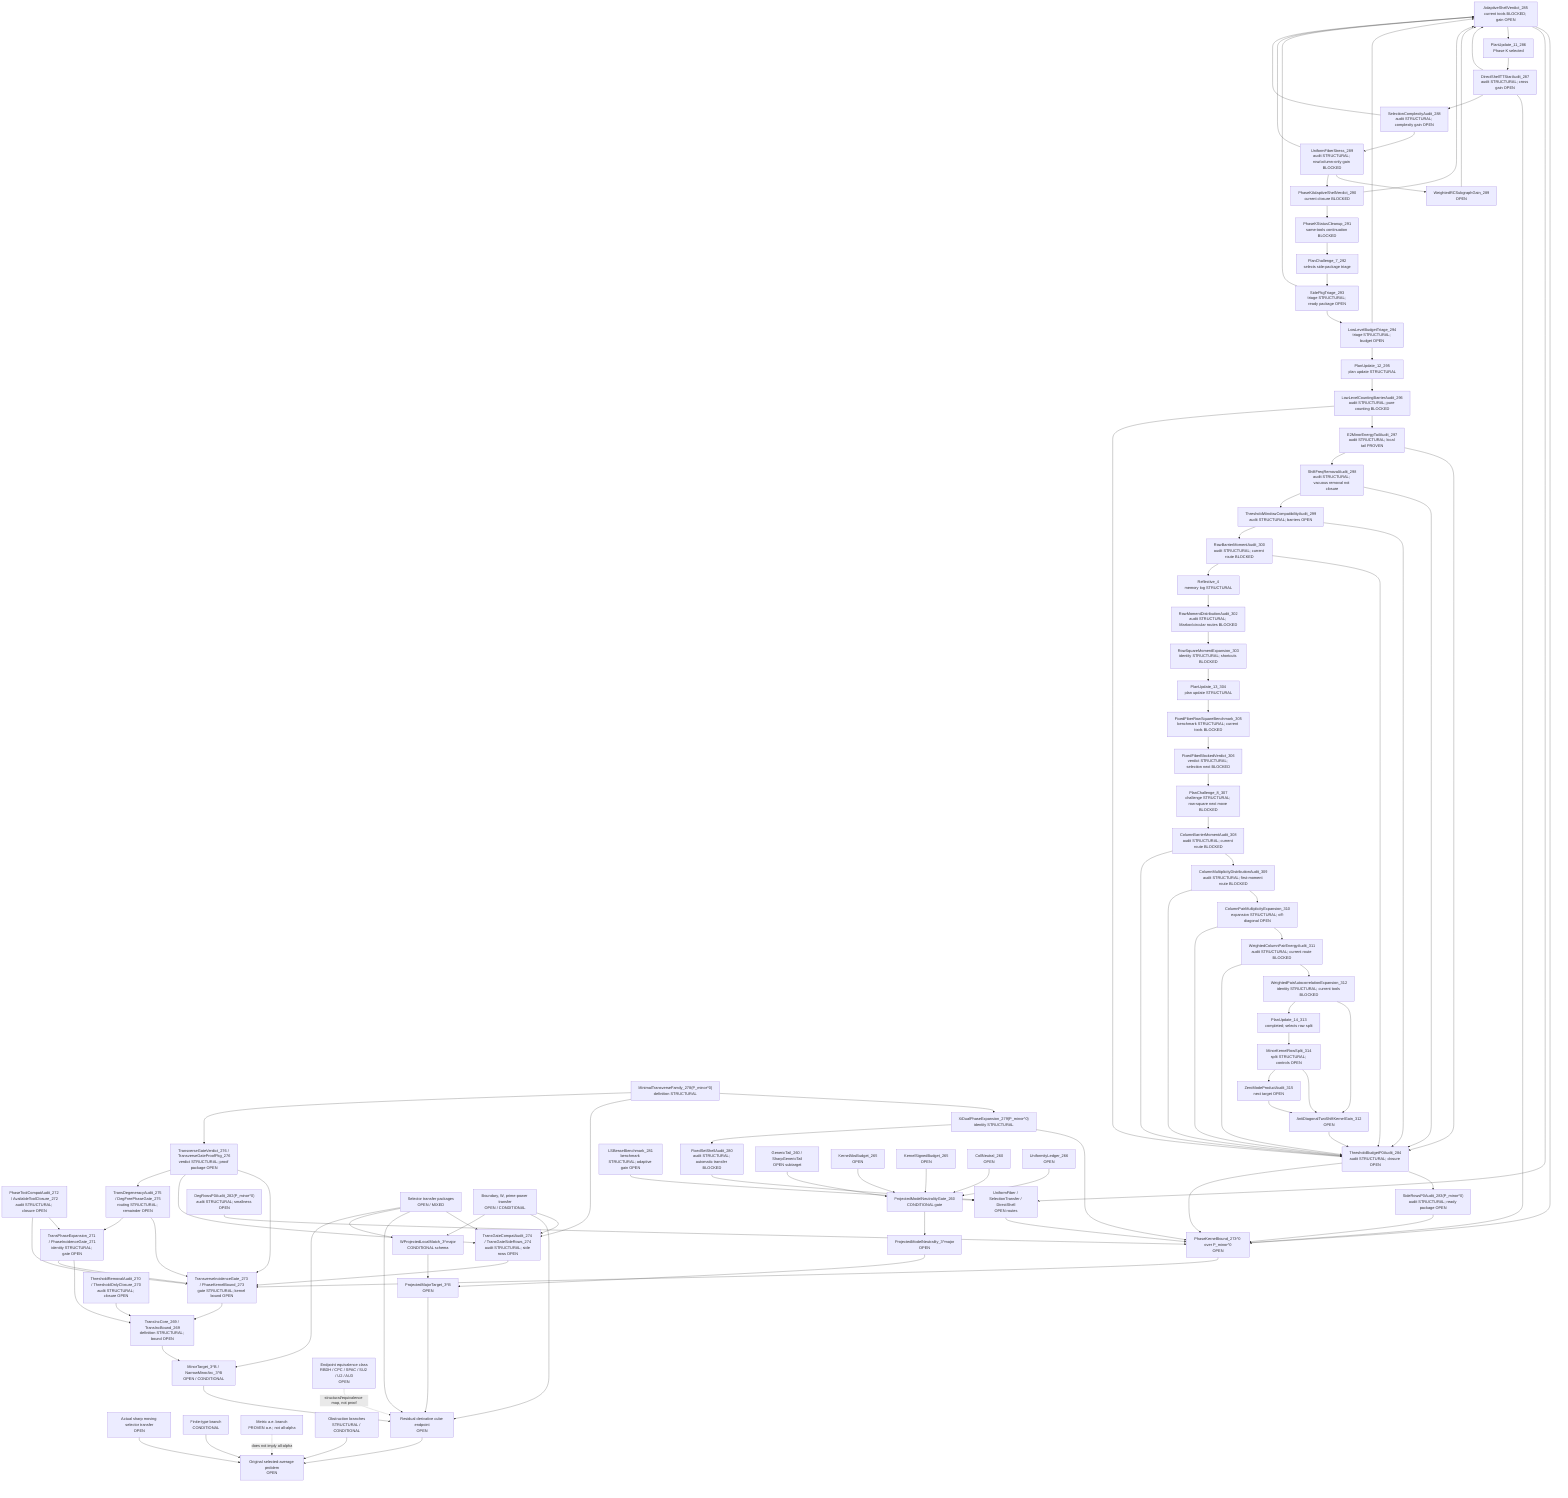
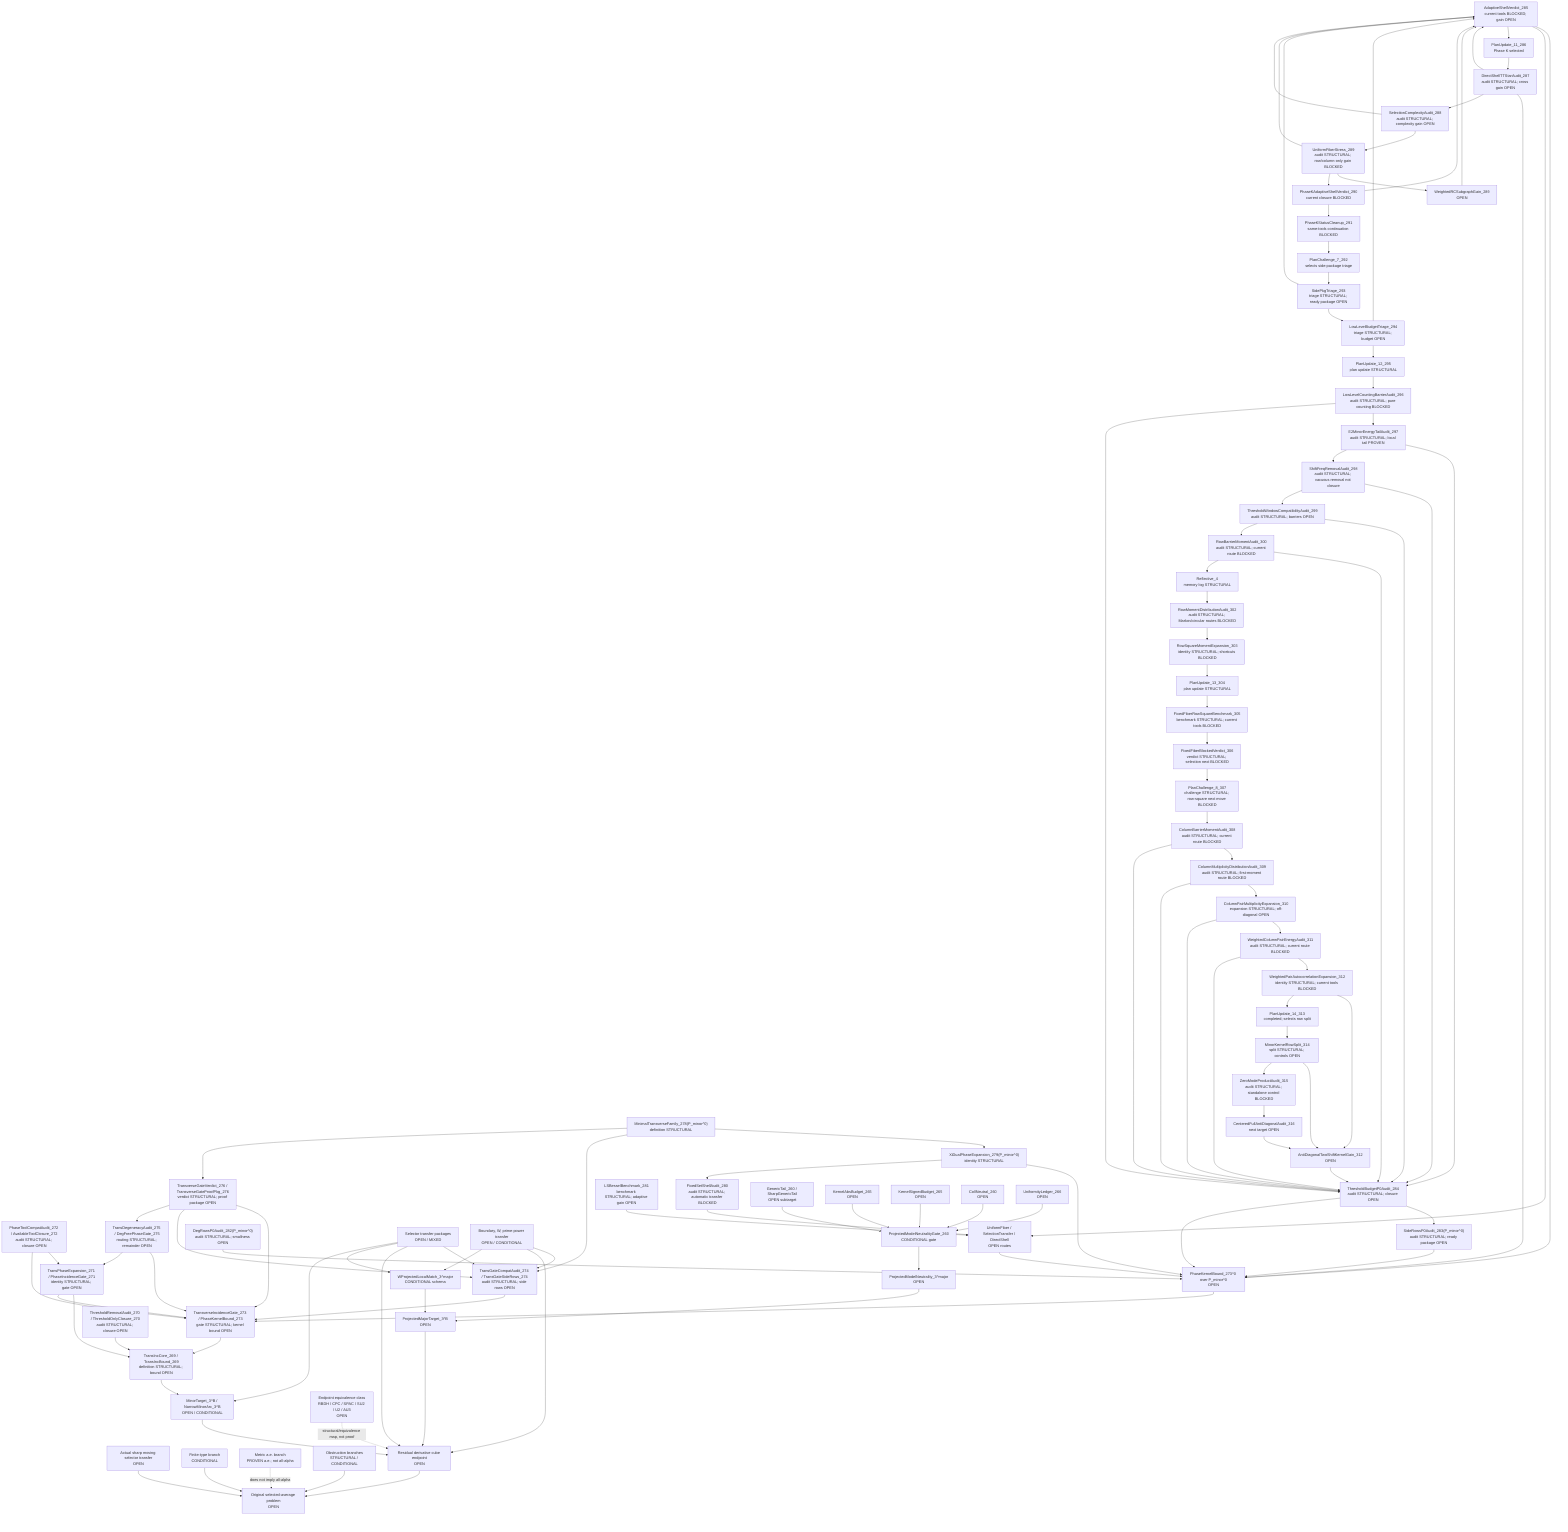
flowchart TD
  Original["Original selected-average problem<br/>OPEN"]
  SharpSel["Actual sharp moving selector transfer<br/>OPEN"]
  FiniteType["Finite-type branch<br/>CONDITIONAL"]
  Metric["Metric a.e. branch<br/>PROVEN a.e.; not all-alpha"]
  Obstruction["Obstruction branches<br/>STRUCTURAL / CONDITIONAL"]

  ResCube["Residual derivative cube endpoint<br/>OPEN"]
  MajorTarget["ProjectedMajorTarget_3^B<br/>OPEN"]
  MinorTarget["MinorTarget_3^B / NarrowMinorArc_3^B<br/>OPEN / CONDITIONAL"]
  TransInc["TransIncCore_269 / TransIncBound_269<br/>definition STRUCTURAL; bound OPEN"]
  ThresholdAudit["ThresholdRemovalAudit_270 / ThresholdOnlyClosure_270<br/>audit STRUCTURAL; closure OPEN"]
  PhaseExpansion["TransPhaseExpansion_271 / PhaseIncidenceGate_271<br/>identity STRUCTURAL; gate OPEN"]
  ToolCompat["PhaseToolCompatAudit_272 / AvailableToolClosure_272<br/>audit STRUCTURAL; closure OPEN"]
  TransGate["TransverseIncidenceGate_273 / PhaseKernelBound_273<br/>gate STRUCTURAL; kernel bound OPEN"]
  TransGateCompat["TransGateCompatAudit_274 / TransGateSideRows_274<br/>audit STRUCTURAL; side rows OPEN"]
  DegAudit["TransDegeneracyAudit_275 / DegFreePhaseGate_275<br/>routing STRUCTURAL; remainder OPEN"]
  TransVerdict["TransverseGateVerdict_276 / TransverseGateProofPkg_276<br/>verdict STRUCTURAL; proof package OPEN"]
  MinTransFamily["MinimalTransverseFamily_278(P_minor^0)<br/>definition STRUCTURAL"]
  XiExpansion["XiDualPhaseExpansion_279(P_minor^0)<br/>identity STRUCTURAL"]
  FixedShellAudit["FixedSetShellAudit_280<br/>audit STRUCTURAL; automatic transfer BLOCKED"]
  FixedShellTransfer["UniformFiber / SelectionTransfer / DirectShell<br/>OPEN routes"]
  LSBesselBench["LSBesselBenchmark_281<br/>benchmark STRUCTURAL; adaptive gain OPEN"]
  DegRowsP0["DegRowsP0Audit_282(P_minor^0)<br/>audit STRUCTURAL; smallness OPEN"]
  SideRowsP0["SideRowsP0Audit_283(P_minor^0)<br/>audit STRUCTURAL; ready package OPEN"]
  ThresholdP0["ThresholdBudgetP0Audit_284<br/>audit STRUCTURAL; closure OPEN"]
  AdaptiveShellP0["AdaptiveShellVerdict_285<br/>current tools BLOCKED; gain OPEN"]
  PlanUpdate11["PlanUpdate_11_286<br/>Phase K selected"]
  DirectTTStar["DirectShellTTStarAudit_287<br/>audit STRUCTURAL; cross gain OPEN"]
  SelectionComplexity["SelectionComplexityAudit_288<br/>audit STRUCTURAL; complexity gain OPEN"]
  UniformFiberStress["UniformFiberStress_289<br/>audit STRUCTURAL; row/column-only gain BLOCKED"]
  WeightedRCSubgraph["WeightedRCSubgraphGain_289<br/>OPEN"]
  AdaptiveVerdict290["PhaseKAdaptiveShellVerdict_290<br/>current closure BLOCKED"]
  PhaseKCleanup291["PhaseKStatusCleanup_291<br/>same-tools continuation BLOCKED"]
  PlanChallenge7["PlanChallenge_7_292<br/>selects side-package triage"]
  SidePkgTriage293["SidePkgTriage_293<br/>triage STRUCTURAL; ready package OPEN"]
  LowLevelTriage294["LowLevelBudgetTriage_294<br/>triage STRUCTURAL; budget OPEN"]
  PlanUpdate12["PlanUpdate_12_295<br/>plan update STRUCTURAL"]
  LowLevelBarrier296["LowLevelCountingBarrierAudit_296<br/>audit STRUCTURAL; pure counting BLOCKED"]
  E2Tail297["E2MinorEnergyTailAudit_297<br/>audit STRUCTURAL; local tail PROVEN"]
  ShiftFreq298["ShiftFreqRemovalAudit_298<br/>audit STRUCTURAL; vacuous removal not closure"]
  ThresholdWindow299["ThresholdWindowCompatibilityAudit_299<br/>audit STRUCTURAL; barriers OPEN"]
  RowBarrier300["RowBarrierMomentAudit_300<br/>audit STRUCTURAL; current route BLOCKED"]
  Reflective4["Reflective_4<br/>memory log STRUCTURAL"]
  RowMoment302["RowMomentDistributionAudit_302<br/>audit STRUCTURAL; Markov/circular routes BLOCKED"]
  RowSquare303["RowSquareMomentExpansion_303<br/>identity STRUCTURAL; shortcuts BLOCKED"]
  PlanUpdate13["PlanUpdate_13_304<br/>plan update STRUCTURAL"]
  FixedFiber305["FixedFiberRowSquareBenchmark_305<br/>benchmark STRUCTURAL; current tools BLOCKED"]
  FixedFiber306["FixedFiberBlockedVerdict_306<br/>verdict STRUCTURAL; selection next BLOCKED"]
  PlanChallenge8["PlanChallenge_8_307<br/>challenge STRUCTURAL; row-square next move BLOCKED"]
  ColumnBarrier308["ColumnBarrierMomentAudit_308<br/>audit STRUCTURAL; current route BLOCKED"]
  ColumnDist309["ColumnMultiplicityDistributionAudit_309<br/>audit STRUCTURAL; first-moment route BLOCKED"]
  ColumnPair310["ColumnPairMultiplicityExpansion_310<br/>expansion STRUCTURAL; off-diagonal OPEN"]
  WPair311["WeightedColumnPairEnergyAudit_311<br/>audit STRUCTURAL; current route BLOCKED"]
  AutoCorr312["WeightedPairAutocorrelationExpansion_312<br/>identity STRUCTURAL; current tools BLOCKED"]
  AntiDiag312["AntiDiagonalTwoShiftKernelGain_312<br/>OPEN"]
  PlanUpdate14["PlanUpdate_14_313<br/>completed; selects row split"]
  MinorKernel314["MinorKernelRowSplit_314<br/>split STRUCTURAL; controls OPEN"]
-   ZeroAudit315["ZeroModeProductAudit_315<br/>next target OPEN"]
+   ZeroAudit315["ZeroModeProductAudit_315<br/>audit STRUCTURAL; standalone control BLOCKED"]
+   CenteredFull316["CenteredFullAntiDiagonalAudit_316<br/>next target OPEN"]
  PhaseKernel0["PhaseKernelBound_273^0 over P_minor^0<br/>OPEN"]
  SelectorTransfer["Selector transfer packages<br/>OPEN / MIXED"]
  BoundaryTransfer["Boundary, W, prime-power transfer<br/>OPEN / CONDITIONAL"]

  WLocal["WProjectedLocalMatch_3^major<br/>CONDITIONAL schema"]
  ModelNeutral["ProjectedModelNeutrality_3^major<br/>OPEN"]
  PMNGate["ProjectedModelNeutralityGate_260<br/>CONDITIONAL gate"]
  GenericTail["GenericTail_260 / SharpGenericTail<br/>OPEN subtarget"]
  KernelAbs["KernelAbsBudget_265<br/>OPEN"]
  KernelSigned["KernelSignedBudget_265<br/>OPEN"]
  CollNeutral["CollNeutral_260<br/>OPEN"]
  Uniformity["UniformityLedger_266<br/>OPEN"]

  EndpointClass["Endpoint equivalence class<br/>RBDH / CPC / SPAC / SU2 / U2 / AU3<br/>OPEN"]

  SharpSel --> Original
  FiniteType --> Original
  Obstruction --> Original
  ResCube --> Original
  Metric -. "does not imply all-alpha" .-> Original

  MajorTarget --> ResCube
  MinorTarget --> ResCube
  TransInc --> MinorTarget
  ThresholdAudit --> TransInc
  PhaseExpansion --> TransInc
  ToolCompat --> PhaseExpansion
  TransGate --> TransInc
  PhaseExpansion --> TransGate
  ToolCompat --> TransGate
  TransGateCompat --> TransGate
  SelectorTransfer --> TransGateCompat
  BoundaryTransfer --> TransGateCompat
  DegAudit --> TransGate
  DegAudit --> PhaseExpansion
  TransVerdict --> TransGate
  TransVerdict --> TransGateCompat
  TransVerdict --> DegAudit
  PhaseKernel0 --> TransGate
  MinTransFamily --> XiExpansion
  XiExpansion --> PhaseKernel0
  XiExpansion --> FixedShellAudit
  FixedShellAudit --> FixedShellTransfer
  FixedShellTransfer --> PhaseKernel0
  LSBesselBench --> FixedShellTransfer
  DegRowsP0 --> PhaseKernel0
  SideRowsP0 --> PhaseKernel0
  ThresholdP0 --> SideRowsP0
  ThresholdP0 --> PhaseKernel0
  AdaptiveShellP0 --> PhaseKernel0
  AdaptiveShellP0 --> FixedShellTransfer
  AdaptiveShellP0 --> PlanUpdate11
  PlanUpdate11 --> DirectTTStar
  DirectTTStar --> AdaptiveShellP0
  DirectTTStar --> PhaseKernel0
  DirectTTStar --> SelectionComplexity
  SelectionComplexity --> UniformFiberStress
  SelectionComplexity --> AdaptiveShellP0
  UniformFiberStress --> WeightedRCSubgraph
  WeightedRCSubgraph --> AdaptiveShellP0
  UniformFiberStress --> AdaptiveVerdict290
  UniformFiberStress --> AdaptiveShellP0
  AdaptiveVerdict290 --> AdaptiveShellP0
  AdaptiveVerdict290 --> PhaseKCleanup291
  PhaseKCleanup291 --> PlanChallenge7
  PlanChallenge7 --> SidePkgTriage293
  SidePkgTriage293 --> LowLevelTriage294
  SidePkgTriage293 --> AdaptiveShellP0
  LowLevelTriage294 --> AdaptiveShellP0
  LowLevelTriage294 --> PlanUpdate12
  PlanUpdate12 --> LowLevelBarrier296
  LowLevelBarrier296 --> E2Tail297
  LowLevelBarrier296 --> ThresholdP0
  E2Tail297 --> ThresholdP0
  E2Tail297 --> ShiftFreq298
  ShiftFreq298 --> ThresholdP0
  ShiftFreq298 --> ThresholdWindow299
  ThresholdWindow299 --> ThresholdP0
  ThresholdWindow299 --> RowBarrier300
  RowBarrier300 --> ThresholdP0
  RowBarrier300 --> Reflective4
  Reflective4 --> RowMoment302
  RowMoment302 --> RowSquare303
  RowSquare303 --> PlanUpdate13
  PlanUpdate13 --> FixedFiber305
  FixedFiber305 --> FixedFiber306
  FixedFiber306 --> PlanChallenge8
  PlanChallenge8 --> ColumnBarrier308
  ColumnBarrier308 --> ColumnDist309
  ColumnDist309 --> ColumnPair310
  ColumnPair310 --> WPair311
  WPair311 --> AutoCorr312
  AutoCorr312 --> AntiDiag312
  AntiDiag312 --> ThresholdP0
  AutoCorr312 --> PlanUpdate14
  PlanUpdate14 --> MinorKernel314
  MinorKernel314 --> AntiDiag312
  MinorKernel314 --> ZeroAudit315
-   ZeroAudit315 --> AntiDiag312
+   ZeroAudit315 --> CenteredFull316
+   CenteredFull316 --> AntiDiag312
  WPair311 --> ThresholdP0
  ColumnPair310 --> ThresholdP0
  ColumnDist309 --> ThresholdP0
  ColumnBarrier308 --> ThresholdP0
  MinTransFamily --> TransGateCompat
  MinTransFamily --> TransVerdict
  SelectorTransfer --> ResCube
  BoundaryTransfer --> ResCube
  EndpointClass -. "structural/equivalence map, not proof" .-> ResCube

  WLocal --> MajorTarget
  ModelNeutral --> MajorTarget

  PMNGate --> ModelNeutral
  GenericTail --> PMNGate
  KernelAbs --> PMNGate
  KernelSigned --> PMNGate
  CollNeutral --> PMNGate
  Uniformity --> PMNGate

  BoundaryTransfer --> WLocal
  SelectorTransfer --> WLocal
  SelectorTransfer --> MinorTarget
